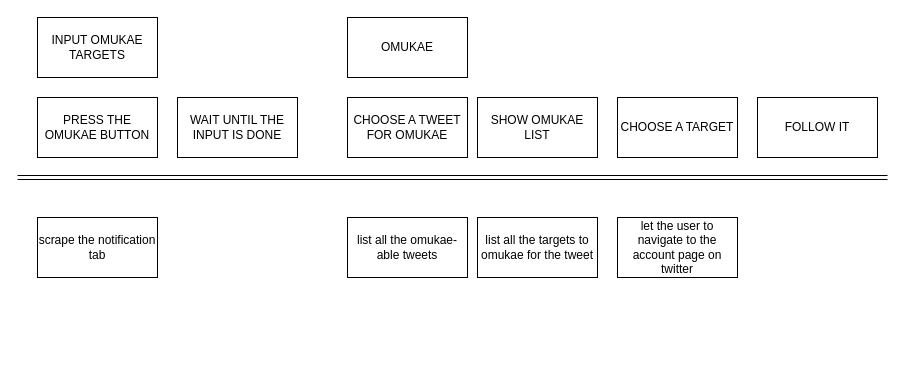
Before: notes/user-story-mapping.drawio in myshmeh/omukae-tool, a draw.io diagram. Source tidied: cells renumbered, new cells numbered last; positions are measured from the earlier drawing's top-left corner, leaving out a move shared by most shapes. Both pictures are drawn from the tidied source at 100%, with x=0, y=0 at pixel (17, 17).
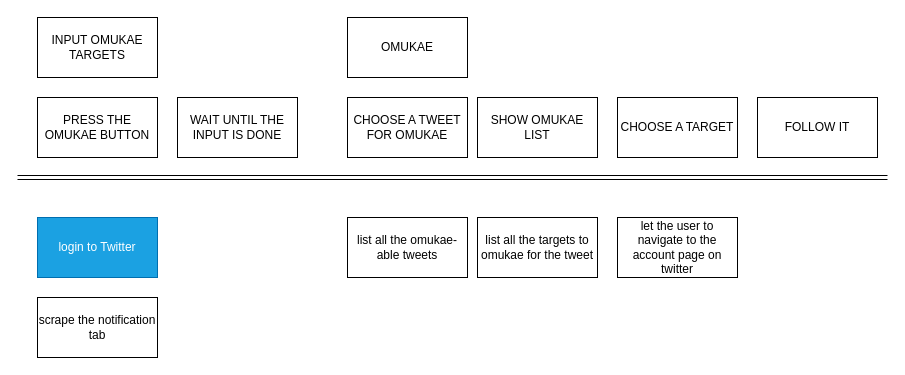
After the change.

Commit message (it also covers changes not shown here):
logged into a twitter account

Diff of the diagram source:
```diff
@@
 <mxGraphModel>
   <root>
     <mxCell id="0" />
     <mxCell id="1" parent="0" />
     <mxCell id="2" value="INPUT OMUKAE TARGETS" style="rounded=0;whiteSpace=wrap;html=1;" parent="1" vertex="1">
       <mxGeometry x="20" width="120" height="60" as="geometry" />
     </mxCell>
     <mxCell id="3" value="OMUKAE" style="rounded=0;whiteSpace=wrap;html=1;" parent="1" vertex="1">
       <mxGeometry x="330" width="120" height="60" as="geometry" />
     </mxCell>
     <mxCell id="4" value="PRESS THE OMUKAE BUTTON" style="rounded=0;whiteSpace=wrap;html=1;" parent="1" vertex="1">
       <mxGeometry x="20" y="80" width="120" height="60" as="geometry" />
     </mxCell>
     <mxCell id="5" value="WAIT UNTIL THE INPUT IS DONE" style="rounded=0;whiteSpace=wrap;html=1;" parent="1" vertex="1">
       <mxGeometry x="160" y="80" width="120" height="60" as="geometry" />
     </mxCell>
     <mxCell id="6" value="SHOW OMUKAE LIST" style="rounded=0;whiteSpace=wrap;html=1;" parent="1" vertex="1">
       <mxGeometry x="460" y="80" width="120" height="60" as="geometry" />
     </mxCell>
     <mxCell id="7" value="CHOOSE A TARGET" style="rounded=0;whiteSpace=wrap;html=1;" parent="1" vertex="1">
       <mxGeometry x="600" y="80" width="120" height="60" as="geometry" />
     </mxCell>
     <mxCell id="8" value="FOLLOW IT" style="rounded=0;whiteSpace=wrap;html=1;" parent="1" vertex="1">
       <mxGeometry x="740" y="80" width="120" height="60" as="geometry" />
     </mxCell>
     <mxCell id="9" style="shape=link;html=1;" parent="1" edge="1">
       <mxGeometry relative="1" as="geometry">
         <mxPoint y="160" as="sourcePoint" />
         <mxPoint x="870" y="160" as="targetPoint" />
       </mxGeometry>
     </mxCell>
     <mxCell id="10" value="scrape the notification tab" style="rounded=0;whiteSpace=wrap;html=1;" parent="1" vertex="1">
-      <mxGeometry x="20" y="200" width="120" height="60" as="geometry" />
+      <mxGeometry x="20" y="280" width="120" height="60" as="geometry" />
     </mxCell>
     <mxCell id="11" value="list all the targets to omukae for the tweet" style="rounded=0;whiteSpace=wrap;html=1;" parent="1" vertex="1">
       <mxGeometry x="460" y="200" width="120" height="60" as="geometry" />
     </mxCell>
     <mxCell id="12" value="CHOOSE A TWEET FOR OMUKAE" style="rounded=0;whiteSpace=wrap;html=1;" parent="1" vertex="1">
       <mxGeometry x="330" y="80" width="120" height="60" as="geometry" />
     </mxCell>
     <mxCell id="13" value="list all the omukae-able tweets" style="rounded=0;whiteSpace=wrap;html=1;" parent="1" vertex="1">
       <mxGeometry x="330" y="200" width="120" height="60" as="geometry" />
     </mxCell>
     <mxCell id="14" value="let the user to navigate to the account page on twitter" style="rounded=0;whiteSpace=wrap;html=1;" parent="1" vertex="1">
       <mxGeometry x="600" y="200" width="120" height="60" as="geometry" />
     </mxCell>
+    <mxCell id="15" value="login to Twitter" style="rounded=0;whiteSpace=wrap;html=1;fillColor=#1ba1e2;strokeColor=#006EAF;fontColor=#ffffff;" parent="1" vertex="1">
+      <mxGeometry x="20" y="200" width="120" height="60" as="geometry" />
+    </mxCell>
   </root>
 </mxGraphModel>
```
